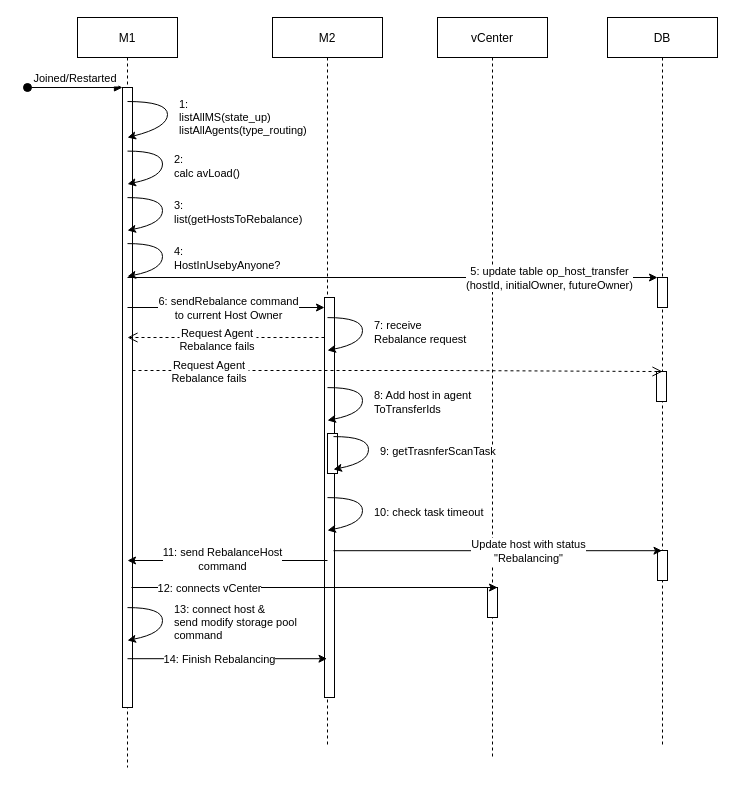
Above: AgentRebalance.drawio in abhinavpratapsingh85/Rovius (draw.io), before the change. Source tidied: cells renumbered, new cells numbered last; positions are measured from the earlier drawing's top-left corner, leaving out a move shared by most shapes. Both pictures are drawn from the tidied source at 100%, with x=0, y=0 at pixel (27, 17).
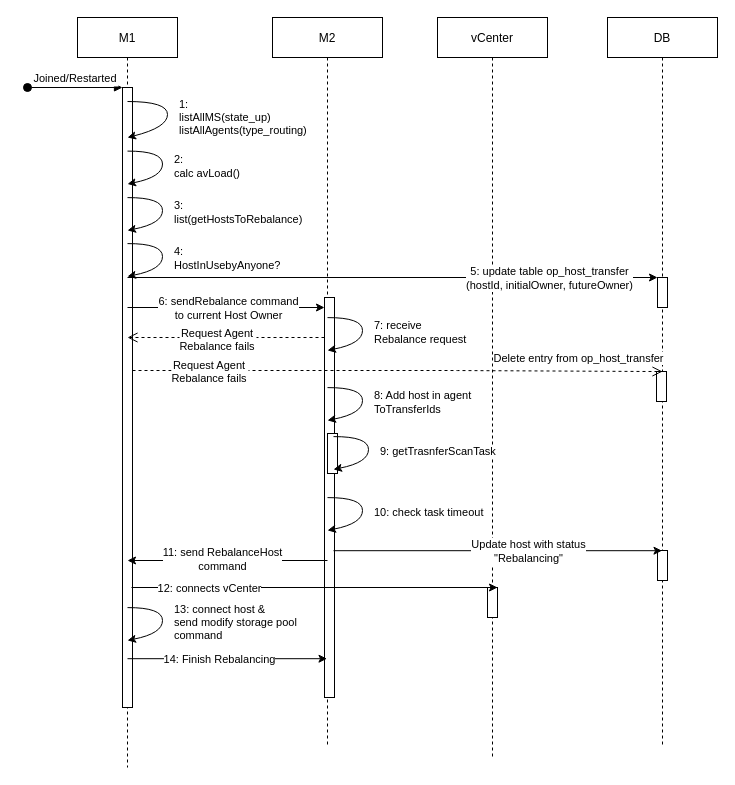
After the change.

Diff of the diagram source:
```diff
@@
+    <mxCell id="46" value="Delete entry from op_host_transfer" style="edgeLabel;html=1;align=center;verticalAlign=middle;" parent="1" vertex="1">
+      <mxGeometry x="550" y="340" as="geometry" />
+    </mxCell>
```
